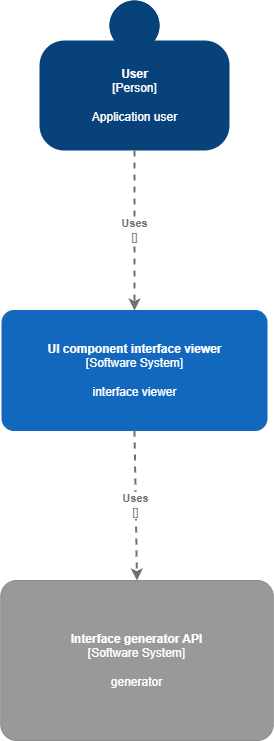
This is documentation/architecture documentation/diagrams/c4 diagrams/C4_level1.png from PrEaDiVviN/Compoment_Smart_Generator, a draw.io export, as it was before one commit. Source tidied: cells renumbered, new cells last; positions are measured from the earlier drawing's top-left corner, leaving out a move shared by most shapes.
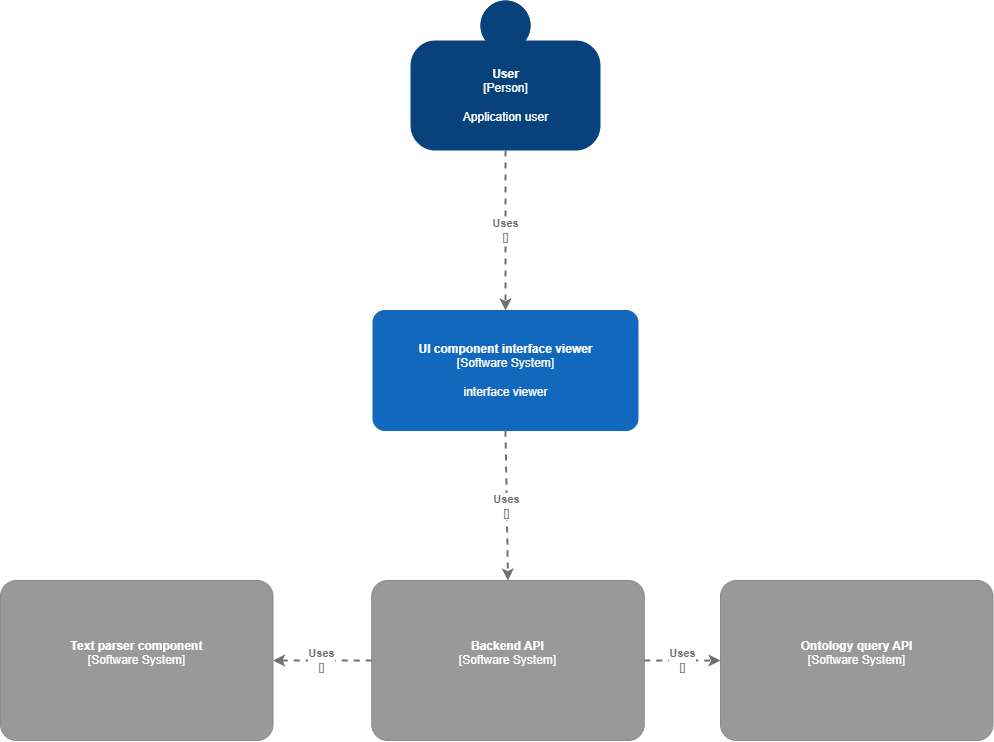
Above is the later version.

What changed in the source:
```diff
@@ -12,7 +12,7 @@
         <mxGeometry x="1.5" y="310" width="265" height="120" as="geometry" />
       </mxCell>
     </object>
-    <object id="4" label="&lt;b&gt;%c4Name%&lt;/b&gt;&lt;div&gt;[%c4Type%]&lt;/div&gt;&lt;br&gt;&lt;div&gt;%c4Description%&lt;/div&gt;" c4Description="generator" c4Name="Interface generator API" c4Type="Software System" placeholders="1">
+    <object id="4" label="&lt;b&gt;%c4Name%&lt;/b&gt;&lt;div&gt;[%c4Type%]&lt;/div&gt;&lt;br&gt;&lt;div&gt;%c4Description%&lt;/div&gt;" c4Description="" c4Name="Backend API" c4Type="Software System" placeholders="1">
       <mxCell style="rounded=1;whiteSpace=wrap;html=1;labelBackgroundColor=none;fillColor=#999999;fontColor=#ffffff;align=center;arcSize=10;strokeColor=#8A8A8A;metaData={&quot;c4Type&quot;:{&quot;editable&quot;:false}};points=[[0.25,0,0],[0.5,0,0],[0.75,0,0],[1,0.25,0],[1,0.5,0],[1,0.75,0],[0.75,1,0],[0.5,1,0],[0.25,1,0],[0,0.75,0],[0,0.5,0],[0,0.25,0]];" parent="1" vertex="1">
         <mxGeometry x="0.2" y="580" width="272.5" height="160" as="geometry" />
       </mxCell>
@@ -27,5 +27,25 @@
         <mxGeometry relative="1" as="geometry" />
       </mxCell>
     </object>
+    <object id="7" label="&lt;b&gt;%c4Name%&lt;/b&gt;&lt;div&gt;[%c4Type%]&lt;/div&gt;&lt;br&gt;&lt;div&gt;%c4Description%&lt;/div&gt;" c4Description="" c4Name="Ontology query API" c4Type="Software System" placeholders="1">
+      <mxCell style="rounded=1;whiteSpace=wrap;html=1;labelBackgroundColor=none;fillColor=#999999;fontColor=#ffffff;align=center;arcSize=10;strokeColor=#8A8A8A;metaData={&quot;c4Type&quot;:{&quot;editable&quot;:false}};points=[[0.25,0,0],[0.5,0,0],[0.75,0,0],[1,0.25,0],[1,0.5,0],[1,0.75,0],[0.75,1,0],[0.5,1,0],[0.25,1,0],[0,0.75,0],[0,0.5,0],[0,0.25,0]];" parent="1" vertex="1">
+        <mxGeometry x="349" y="580" width="272.5" height="160" as="geometry" />
+      </mxCell>
+    </object>
+    <object id="8" label="&lt;b&gt;%c4Name%&lt;/b&gt;&lt;div&gt;[%c4Type%]&lt;/div&gt;&lt;br&gt;&lt;div&gt;%c4Description%&lt;/div&gt;" c4Description="" c4Name="Text parser component" c4Type="Software System" placeholders="1">
+      <mxCell style="rounded=1;whiteSpace=wrap;html=1;labelBackgroundColor=none;fillColor=#999999;fontColor=#ffffff;align=center;arcSize=10;strokeColor=#8A8A8A;metaData={&quot;c4Type&quot;:{&quot;editable&quot;:false}};points=[[0.25,0,0],[0.5,0,0],[0.75,0,0],[1,0.25,0],[1,0.5,0],[1,0.75,0],[0.75,1,0],[0.5,1,0],[0.25,1,0],[0,0.75,0],[0,0.5,0],[0,0.25,0]];" parent="1" vertex="1">
+        <mxGeometry x="-371" y="580" width="272.5" height="160" as="geometry" />
+      </mxCell>
+    </object>
+    <object id="9" label="&lt;div style=&quot;text-align: left&quot;&gt;&lt;div style=&quot;text-align: center&quot;&gt;&lt;b&gt;%c4Description%&lt;/b&gt;&lt;/div&gt;&lt;div style=&quot;text-align: center&quot;&gt;[%c4Technology%]&lt;/div&gt;&lt;/div&gt;" c4Description="Uses" c4Technology="" c4Type="Relationship" placeholders="1">
+      <mxCell style="edgeStyle=none;rounded=0;html=1;entryX=1;entryY=0.5;jettySize=auto;strokeColor=#707070;strokeWidth=2;fontColor=#707070;jumpStyle=none;dashed=1;metaData={&quot;c4Type&quot;:{&quot;editable&quot;:false}};exitX=0;exitY=0.5;exitDx=0;exitDy=0;exitPerimeter=0;entryDx=0;entryDy=0;entryPerimeter=0;" parent="1" edge="1" source="4" target="8">
+        <mxGeometry relative="1" as="geometry" />
+      </mxCell>
+    </object>
+    <object id="10" label="&lt;div style=&quot;text-align: left&quot;&gt;&lt;div style=&quot;text-align: center&quot;&gt;&lt;b&gt;%c4Description%&lt;/b&gt;&lt;/div&gt;&lt;div style=&quot;text-align: center&quot;&gt;[%c4Technology%]&lt;/div&gt;&lt;/div&gt;" c4Description="Uses" c4Technology="" c4Type="Relationship" placeholders="1">
+      <mxCell style="edgeStyle=none;rounded=0;html=1;entryX=0;entryY=0.5;jettySize=auto;strokeColor=#707070;strokeWidth=2;fontColor=#707070;jumpStyle=none;dashed=1;metaData={&quot;c4Type&quot;:{&quot;editable&quot;:false}};exitX=1;exitY=0.5;exitDx=0;exitDy=0;exitPerimeter=0;entryDx=0;entryDy=0;entryPerimeter=0;" parent="1" edge="1" source="4" target="7">
+        <mxGeometry relative="1" as="geometry" />
+      </mxCell>
+    </object>
   </root>
 </mxGraphModel>
```
